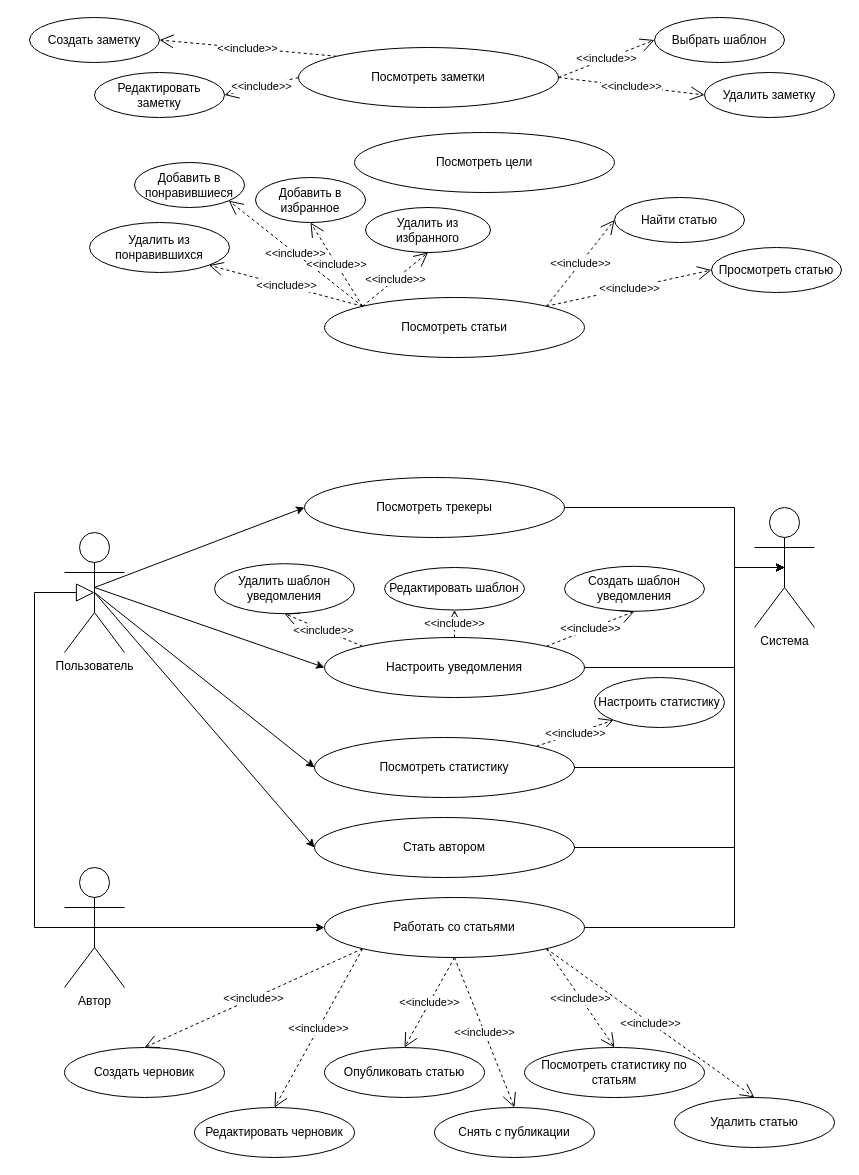
Above: диаграммы/ДиаграммаПрецедентов.drawio in Svetlana184/bd_kursovaya (draw.io), before the change. Source tidied: cells renumbered, new cells numbered last; positions are measured from the earlier drawing's top-left corner, leaving out a move shared by most shapes. Both pictures are drawn from the tidied source at 100%, with x=0, y=0 at pixel (29, 17).
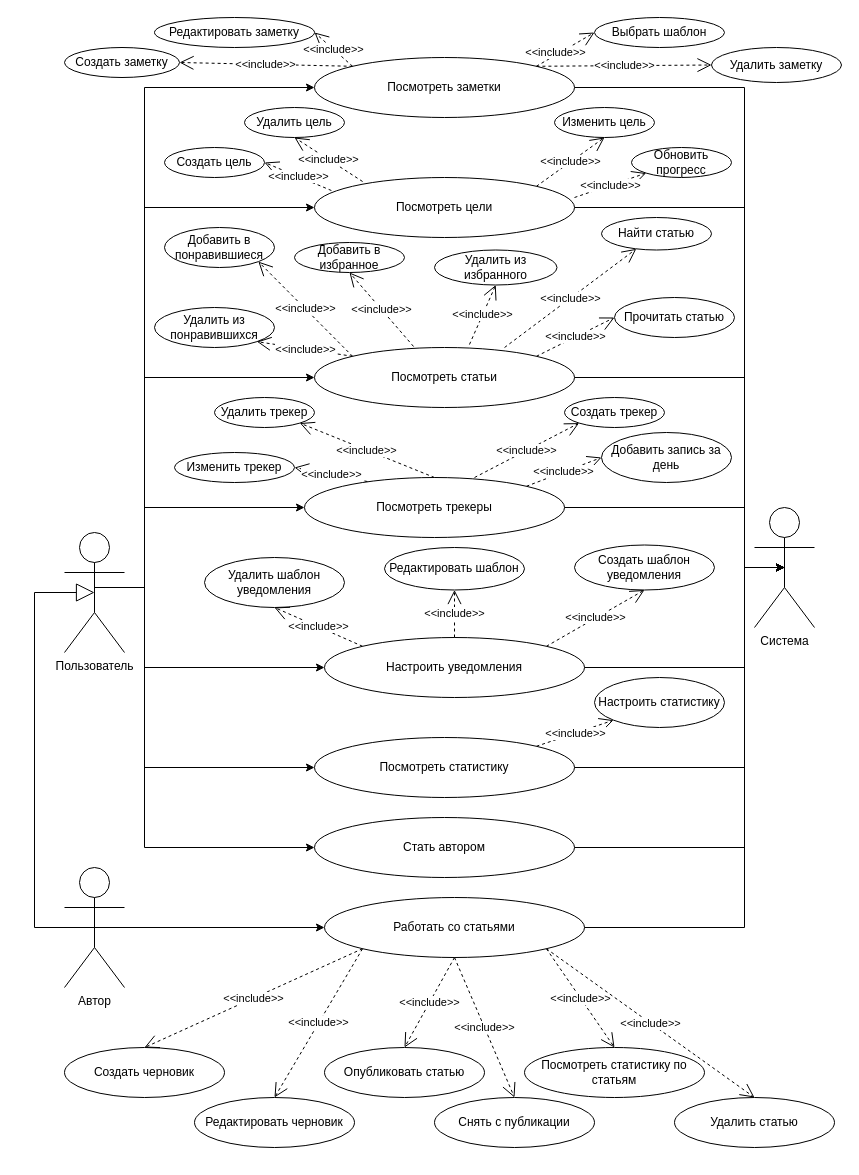
The same diagram, later.

Unchanged cells that the change refers to:
```xml
<mxCell id="2" value="Пользователь" style="shape=umlActor;verticalLabelPosition=bottom;verticalAlign=top;html=1;outlineConnect=0;" parent="1" vertex="1">
  <mxGeometry x="35" y="515" width="60" height="120" as="geometry" />
</mxCell>
<mxCell id="6" value="Посмотреть трекеры" style="ellipse;whiteSpace=wrap;html=1;" parent="1" vertex="1">
  <mxGeometry x="275" y="460" width="260" height="60" as="geometry" />
</mxCell>
<mxCell id="7" value="Настроить уведомления" style="ellipse;whiteSpace=wrap;html=1;" parent="1" vertex="1">
  <mxGeometry x="295" y="620" width="260" height="60" as="geometry" />
</mxCell>
<mxCell id="8" value="Посмотреть статистику" style="ellipse;whiteSpace=wrap;html=1;" parent="1" vertex="1">
  <mxGeometry x="285" y="720" width="260" height="60" as="geometry" />
</mxCell>
<mxCell id="9" value="Стать автором" style="ellipse;whiteSpace=wrap;html=1;" parent="1" vertex="1">
  <mxGeometry x="285" y="800" width="260" height="60" as="geometry" />
</mxCell>
<mxCell id="11" value="Работать со статьями" style="ellipse;whiteSpace=wrap;html=1;" parent="1" vertex="1">
  <mxGeometry x="295" y="880" width="260" height="60" as="geometry" />
</mxCell>
<mxCell id="18" value="Система" style="shape=umlActor;verticalLabelPosition=bottom;verticalAlign=top;html=1;outlineConnect=0;" parent="1" vertex="1">
  <mxGeometry x="725" y="490" width="60" height="120" as="geometry" />
</mxCell>
```

The edit, as a diff of the source:
```diff
@@
     <mxCell id="4" value="Посмотреть заметки" style="ellipse;whiteSpace=wrap;html=1;" parent="1" vertex="1">
-      <mxGeometry x="269" y="30" width="260" height="60" as="geometry" />
+      <mxGeometry x="285" y="40" width="260" height="60" as="geometry" />
     </mxCell>
     <mxCell id="5" value="Посмотреть цели" style="ellipse;whiteSpace=wrap;html=1;" parent="1" vertex="1">
-      <mxGeometry x="325" y="115" width="260" height="60" as="geometry" />
+      <mxGeometry x="285" y="160" width="260" height="60" as="geometry" />
     </mxCell>
@@
     <mxCell id="10" value="Посмотреть статьи" style="ellipse;whiteSpace=wrap;html=1;" parent="1" vertex="1">
-      <mxGeometry x="295" y="280" width="260" height="60" as="geometry" />
+      <mxGeometry x="285" y="330" width="260" height="60" as="geometry" />
     </mxCell>
@@
     <mxCell id="13" value="Редактировать черновик" style="ellipse;whiteSpace=wrap;html=1;" parent="1" vertex="1">
-      <mxGeometry x="165" y="1090" width="160" height="50" as="geometry" />
+      <mxGeometry x="165" y="1080" width="160" height="50" as="geometry" />
     </mxCell>
@@
     <mxCell id="15" value="Снять с публикации" style="ellipse;whiteSpace=wrap;html=1;" parent="1" vertex="1">
-      <mxGeometry x="405" y="1090" width="160" height="50" as="geometry" />
+      <mxGeometry x="405" y="1080" width="160" height="50" as="geometry" />
     </mxCell>
@@
     <mxCell id="26" style="endArrow=classic;html=1;rounded=0;exitX=1;exitY=0.5;exitDx=0;exitDy=0;entryX=0.5;entryY=0.5;entryDx=0;entryDy=0;entryPerimeter=0;" parent="1" edge="1" source="11" target="18">
       <mxGeometry relative="1" as="geometry">
         <Array as="points">
-          <mxPoint x="705" y="910" />
-          <mxPoint x="705" y="550" />
+          <mxPoint x="715" y="910" />
+          <mxPoint x="715" y="550" />
         </Array>
       </mxGeometry>
     </mxCell>
-    <mxCell id="27" style="endArrow=classic;html=1;rounded=0;exitX=0.5;exitY=0.5;exitDx=0;exitDy=0;exitPerimeter=0;entryX=0;entryY=0.5;entryDx=0;entryDy=0;" parent="1" edge="1" source="2" target="9">
-      <mxGeometry relative="1" as="geometry" />
+    <mxCell id="27" style="endArrow=classic;html=1;rounded=0;entryX=0;entryY=0.5;entryDx=0;entryDy=0;" parent="1" edge="1" target="9">
+      <mxGeometry relative="1" as="geometry">
+        <mxPoint x="65" y="570" as="sourcePoint" />
+        <Array as="points">
+          <mxPoint x="115" y="570" />
+          <mxPoint x="115" y="830" />
+        </Array>
+      </mxGeometry>
     </mxCell>
     <mxCell id="28" style="endArrow=classic;html=1;rounded=0;exitX=1;exitY=0.5;exitDx=0;exitDy=0;entryX=0.5;entryY=0.5;entryDx=0;entryDy=0;entryPerimeter=0;" parent="1" edge="1" source="9" target="18">
       <mxGeometry relative="1" as="geometry">
         <Array as="points">
-          <mxPoint x="705" y="830" />
-          <mxPoint x="705" y="550" />
+          <mxPoint x="715" y="830" />
+          <mxPoint x="715" y="550" />
         </Array>
       </mxGeometry>
     </mxCell>
@@
-    <mxCell id="31" style="endArrow=classic;html=1;rounded=0;exitX=0.5;exitY=0.5;exitDx=0;exitDy=0;exitPerimeter=0;entryX=0;entryY=0.5;entryDx=0;entryDy=0;" parent="1" edge="1" source="2" target="8">
-      <mxGeometry relative="1" as="geometry" />
+    <mxCell id="31" style="endArrow=classic;html=1;rounded=0;entryX=0;entryY=0.5;entryDx=0;entryDy=0;" parent="1" edge="1" target="8">
+      <mxGeometry relative="1" as="geometry">
+        <mxPoint x="65" y="570" as="sourcePoint" />
+        <Array as="points">
+          <mxPoint x="115" y="570" />
+          <mxPoint x="115" y="750" />
+        </Array>
+      </mxGeometry>
     </mxCell>
     <mxCell id="32" style="endArrow=classic;html=1;rounded=0;exitX=1;exitY=0.5;exitDx=0;exitDy=0;entryX=0.5;entryY=0.5;entryDx=0;entryDy=0;entryPerimeter=0;" parent="1" edge="1" source="8" target="18">
       <mxGeometry relative="1" as="geometry">
         <Array as="points">
-          <mxPoint x="705" y="750" />
-          <mxPoint x="705" y="550" />
+          <mxPoint x="715" y="750" />
+          <mxPoint x="715" y="550" />
         </Array>
       </mxGeometry>
     </mxCell>
@@
     <mxCell id="34" value="Найти статью" style="ellipse;whiteSpace=wrap;html=1;" parent="1" vertex="1">
-      <mxGeometry x="585" y="180" width="130" height="45" as="geometry" />
+      <mxGeometry x="572" y="200" width="110" height="32.5" as="geometry" />
     </mxCell>
-    <mxCell id="35" value="Просмотреть статью" style="ellipse;whiteSpace=wrap;html=1;" parent="1" vertex="1">
-      <mxGeometry x="682" y="230" width="130" height="45" as="geometry" />
+    <mxCell id="35" value="Прочитать статью" style="ellipse;whiteSpace=wrap;html=1;" parent="1" vertex="1">
+      <mxGeometry x="585" y="280" width="120" height="40" as="geometry" />
     </mxCell>
     <mxCell id="36" value="Добавить в избранное" style="ellipse;whiteSpace=wrap;html=1;" parent="1" vertex="1">
-      <mxGeometry x="226" y="160" width="110" height="45" as="geometry" />
+      <mxGeometry x="265" y="225" width="110" height="30" as="geometry" />
     </mxCell>
     <mxCell id="37" value="Добавить в понравившиеся" style="ellipse;whiteSpace=wrap;html=1;" parent="1" vertex="1">
-      <mxGeometry x="105" y="145" width="110" height="45" as="geometry" />
+      <mxGeometry x="135" y="210" width="110" height="40" as="geometry" />
     </mxCell>
     <mxCell id="38" value="Удалить из избранного" style="ellipse;whiteSpace=wrap;html=1;" parent="1" vertex="1">
-      <mxGeometry x="336" y="190" width="125" height="45" as="geometry" />
+      <mxGeometry x="405" y="232.5" width="122.5" height="35" as="geometry" />
     </mxCell>
     <mxCell id="39" value="Удалить из понравившихся" style="ellipse;whiteSpace=wrap;html=1;" parent="1" vertex="1">
-      <mxGeometry x="60" y="205" width="140" height="50" as="geometry" />
+      <mxGeometry x="125" y="290" width="120" height="40" as="geometry" />
     </mxCell>
@@
-    <mxCell id="41" value="&amp;lt;&amp;lt;include&amp;gt;&amp;gt;" style="endArrow=open;endSize=12;dashed=1;html=1;rounded=0;exitX=1;exitY=0;exitDx=0;exitDy=0;entryX=0;entryY=0.5;entryDx=0;entryDy=0;" parent="1" edge="1" source="10" target="34">
+    <mxCell id="41" value="&amp;lt;&amp;lt;include&amp;gt;&amp;gt;" style="endArrow=open;endSize=12;dashed=1;html=1;rounded=0;exitX=0.731;exitY=0;exitDx=0;exitDy=0;exitPerimeter=0;" parent="1" edge="1" source="10" target="34">
       <mxGeometry relative="1" as="geometry" />
     </mxCell>
@@
-    <mxCell id="43" value="&amp;lt;&amp;lt;include&amp;gt;&amp;gt;" style="endArrow=open;endSize=12;dashed=1;html=1;rounded=0;entryX=0.5;entryY=1;entryDx=0;entryDy=0;exitX=0;exitY=0;exitDx=0;exitDy=0;" parent="1" edge="1" source="10" target="36">
+    <mxCell id="43" value="&amp;lt;&amp;lt;include&amp;gt;&amp;gt;" style="endArrow=open;endSize=12;dashed=1;html=1;rounded=0;entryX=0.5;entryY=1;entryDx=0;entryDy=0;exitX=0.381;exitY=-0.017;exitDx=0;exitDy=0;exitPerimeter=0;" parent="1" edge="1" source="10" target="36">
       <mxGeometry relative="1" as="geometry" />
     </mxCell>
-    <mxCell id="44" value="&amp;lt;&amp;lt;include&amp;gt;&amp;gt;" style="endArrow=open;endSize=12;dashed=1;html=1;rounded=0;exitX=0;exitY=0;exitDx=0;exitDy=0;entryX=0.5;entryY=1;entryDx=0;entryDy=0;" parent="1" edge="1" source="10" target="38">
+    <mxCell id="44" value="&amp;lt;&amp;lt;include&amp;gt;&amp;gt;" style="endArrow=open;endSize=12;dashed=1;html=1;rounded=0;exitX=0.596;exitY=-0.05;exitDx=0;exitDy=0;entryX=0.5;entryY=1;entryDx=0;entryDy=0;exitPerimeter=0;" parent="1" edge="1" source="10" target="38">
       <mxGeometry relative="1" as="geometry" />
     </mxCell>
@@
     <mxCell id="46" value="Выбрать шаблон" style="ellipse;whiteSpace=wrap;html=1;" parent="1" vertex="1">
-      <mxGeometry x="625" width="130" height="45" as="geometry" />
+      <mxGeometry x="565" width="130" height="30" as="geometry" />
     </mxCell>
     <mxCell id="47" value="Создать заметку" style="ellipse;whiteSpace=wrap;html=1;" parent="1" vertex="1">
-      <mxGeometry width="130" height="45" as="geometry" />
+      <mxGeometry x="35" y="30" width="115" height="30" as="geometry" />
     </mxCell>
     <mxCell id="48" value="Редактировать заметку" style="ellipse;whiteSpace=wrap;html=1;" parent="1" vertex="1">
-      <mxGeometry x="65" y="55" width="130" height="45" as="geometry" />
+      <mxGeometry x="125" width="160" height="30" as="geometry" />
     </mxCell>
     <mxCell id="49" value="Удалить заметку" style="ellipse;whiteSpace=wrap;html=1;" parent="1" vertex="1">
-      <mxGeometry x="675" y="55" width="130" height="45" as="geometry" />
+      <mxGeometry x="682" y="30" width="130" height="35" as="geometry" />
     </mxCell>
-    <mxCell id="50" value="&amp;lt;&amp;lt;include&amp;gt;&amp;gt;" style="endArrow=open;endSize=12;dashed=1;html=1;rounded=0;exitX=1;exitY=0.5;exitDx=0;exitDy=0;entryX=0;entryY=0.5;entryDx=0;entryDy=0;" parent="1" edge="1" source="4" target="46">
-      <mxGeometry relative="1" as="geometry" />
+    <mxCell id="50" value="&amp;lt;&amp;lt;include&amp;gt;&amp;gt;" style="endArrow=open;endSize=12;dashed=1;html=1;rounded=0;exitX=1;exitY=0;exitDx=0;exitDy=0;entryX=0;entryY=0.5;entryDx=0;entryDy=0;" parent="1" edge="1" source="4" target="46">
+      <mxGeometry x="-0.33" y="2" relative="1" as="geometry" />
     </mxCell>
-    <mxCell id="51" value="&amp;lt;&amp;lt;include&amp;gt;&amp;gt;" style="endArrow=open;endSize=12;dashed=1;html=1;rounded=0;exitX=1;exitY=0.5;exitDx=0;exitDy=0;entryX=0;entryY=0.5;entryDx=0;entryDy=0;" parent="1" edge="1" source="4" target="49">
+    <mxCell id="51" value="&amp;lt;&amp;lt;include&amp;gt;&amp;gt;" style="endArrow=open;endSize=12;dashed=1;html=1;rounded=0;exitX=1;exitY=0;exitDx=0;exitDy=0;entryX=0;entryY=0.5;entryDx=0;entryDy=0;" parent="1" edge="1" source="4" target="49">
       <mxGeometry relative="1" as="geometry" />
     </mxCell>
-    <mxCell id="52" value="&amp;lt;&amp;lt;include&amp;gt;&amp;gt;" style="endArrow=open;endSize=12;dashed=1;html=1;rounded=0;exitX=0;exitY=0.5;exitDx=0;exitDy=0;entryX=1;entryY=0.5;entryDx=0;entryDy=0;" parent="1" edge="1" source="4" target="48">
+    <mxCell id="52" value="&amp;lt;&amp;lt;include&amp;gt;&amp;gt;" style="endArrow=open;endSize=12;dashed=1;html=1;rounded=0;exitX=0;exitY=0;exitDx=0;exitDy=0;entryX=1;entryY=0.5;entryDx=0;entryDy=0;" parent="1" edge="1" source="4" target="48">
       <mxGeometry relative="1" as="geometry" />
     </mxCell>
@@
     <mxCell id="54" value="Удалить шаблон уведомления" style="ellipse;whiteSpace=wrap;html=1;" parent="1" vertex="1">
-      <mxGeometry x="185" y="546.2" width="140" height="50" as="geometry" />
+      <mxGeometry x="175" y="540" width="140" height="50" as="geometry" />
     </mxCell>
     <mxCell id="55" value="Создать шаблон уведомления" style="ellipse;whiteSpace=wrap;html=1;" parent="1" vertex="1">
-      <mxGeometry x="535" y="548.8" width="140" height="45" as="geometry" />
+      <mxGeometry x="545" y="527.5" width="140" height="45" as="geometry" />
     </mxCell>
     <mxCell id="56" value="Редактировать шаблон" style="ellipse;whiteSpace=wrap;html=1;" parent="1" vertex="1">
-      <mxGeometry x="355" y="550" width="140" height="42.5" as="geometry" />
+      <mxGeometry x="355" y="530" width="140" height="42.5" as="geometry" />
     </mxCell>
@@
     <mxCell id="60" style="endArrow=classic;html=1;rounded=0;entryX=0;entryY=0.5;entryDx=0;entryDy=0;" parent="1" edge="1" target="7">
       <mxGeometry relative="1" as="geometry">
         <mxPoint x="65" y="570" as="sourcePoint" />
+        <Array as="points">
+          <mxPoint x="115" y="570" />
+          <mxPoint x="115" y="650" />
+        </Array>
       </mxGeometry>
     </mxCell>
     <mxCell id="61" style="endArrow=classic;html=1;rounded=0;exitX=1;exitY=0.5;exitDx=0;exitDy=0;entryX=0.5;entryY=0.5;entryDx=0;entryDy=0;entryPerimeter=0;" parent="1" edge="1" source="7" target="18">
       <mxGeometry relative="1" as="geometry">
         <Array as="points">
-          <mxPoint x="705" y="650" />
-          <mxPoint x="705" y="550" />
+          <mxPoint x="715" y="650" />
+          <mxPoint x="715" y="550" />
         </Array>
       </mxGeometry>
     </mxCell>
     <mxCell id="62" style="endArrow=classic;html=1;rounded=0;entryX=0;entryY=0.5;entryDx=0;entryDy=0;" parent="1" edge="1" target="6">
       <mxGeometry relative="1" as="geometry">
         <mxPoint x="65" y="570" as="sourcePoint" />
+        <Array as="points">
+          <mxPoint x="115" y="570" />
+          <mxPoint x="115" y="490" />
+        </Array>
       </mxGeometry>
     </mxCell>
     <mxCell id="63" style="endArrow=classic;html=1;rounded=0;exitX=1;exitY=0.5;exitDx=0;exitDy=0;entryX=0.5;entryY=0.5;entryDx=0;entryDy=0;entryPerimeter=0;" parent="1" edge="1" source="6" target="18">
       <mxGeometry relative="1" as="geometry">
         <Array as="points">
-          <mxPoint x="705" y="490" />
-          <mxPoint x="705" y="550" />
+          <mxPoint x="715" y="490" />
+          <mxPoint x="715" y="550" />
         </Array>
       </mxGeometry>
     </mxCell>
+    <mxCell id="64" value="Добавить запись за день" style="ellipse;whiteSpace=wrap;html=1;" parent="1" vertex="1">
+      <mxGeometry x="572" y="415" width="130" height="50" as="geometry" />
+    </mxCell>
+    <mxCell id="65" value="Создать трекер" style="ellipse;whiteSpace=wrap;html=1;" parent="1" vertex="1">
+      <mxGeometry x="535" y="380" width="100" height="30" as="geometry" />
+    </mxCell>
+    <mxCell id="66" value="Удалить трекер" style="ellipse;whiteSpace=wrap;html=1;" parent="1" vertex="1">
+      <mxGeometry x="185" y="380" width="100" height="30" as="geometry" />
+    </mxCell>
+    <mxCell id="67" value="Изменить трекер" style="ellipse;whiteSpace=wrap;html=1;" parent="1" vertex="1">
+      <mxGeometry x="145" y="435" width="120" height="30" as="geometry" />
+    </mxCell>
+    <mxCell id="68" value="&amp;lt;&amp;lt;include&amp;gt;&amp;gt;" style="endArrow=open;endSize=12;dashed=1;html=1;rounded=0;exitX=0.5;exitY=0;exitDx=0;exitDy=0;entryX=1;entryY=1;entryDx=0;entryDy=0;" parent="1" edge="1" source="6" target="66">
+      <mxGeometry relative="1" as="geometry" />
+    </mxCell>
+    <mxCell id="69" value="&amp;lt;&amp;lt;include&amp;gt;&amp;gt;" style="endArrow=open;endSize=12;dashed=1;html=1;rounded=0;exitX=0.242;exitY=0.067;exitDx=0;exitDy=0;entryX=1;entryY=0.5;entryDx=0;entryDy=0;exitPerimeter=0;" parent="1" edge="1" source="6" target="67">
+      <mxGeometry relative="1" as="geometry" />
+    </mxCell>
+    <mxCell id="70" value="&amp;lt;&amp;lt;include&amp;gt;&amp;gt;" style="endArrow=open;endSize=12;dashed=1;html=1;rounded=0;exitX=0.654;exitY=0;exitDx=0;exitDy=0;entryX=0;entryY=1;entryDx=0;entryDy=0;exitPerimeter=0;" parent="1" edge="1" source="6" target="65">
+      <mxGeometry relative="1" as="geometry" />
+    </mxCell>
+    <mxCell id="71" value="&amp;lt;&amp;lt;include&amp;gt;&amp;gt;" style="endArrow=open;endSize=12;dashed=1;html=1;rounded=0;exitX=1;exitY=0;exitDx=0;exitDy=0;entryX=0;entryY=0.5;entryDx=0;entryDy=0;" parent="1" edge="1" source="6" target="64">
+      <mxGeometry relative="1" as="geometry" />
+    </mxCell>
+    <mxCell id="72" style="endArrow=classic;html=1;rounded=0;entryX=0;entryY=0.5;entryDx=0;entryDy=0;" parent="1" edge="1" target="10">
+      <mxGeometry relative="1" as="geometry">
+        <mxPoint x="65" y="570" as="sourcePoint" />
+        <Array as="points">
+          <mxPoint x="115" y="570" />
+          <mxPoint x="115" y="360" />
+        </Array>
+      </mxGeometry>
+    </mxCell>
+    <mxCell id="73" style="endArrow=classic;html=1;rounded=0;exitX=1;exitY=0.5;exitDx=0;exitDy=0;entryX=0.5;entryY=0.5;entryDx=0;entryDy=0;entryPerimeter=0;" parent="1" edge="1" source="10" target="18">
+      <mxGeometry relative="1" as="geometry">
+        <Array as="points">
+          <mxPoint x="715" y="360" />
+          <mxPoint x="715" y="550" />
+        </Array>
+      </mxGeometry>
+    </mxCell>
+    <mxCell id="74" style="endArrow=classic;html=1;rounded=0;entryX=0;entryY=0.5;entryDx=0;entryDy=0;" parent="1" edge="1" target="5">
+      <mxGeometry relative="1" as="geometry">
+        <mxPoint x="65" y="570" as="sourcePoint" />
+        <Array as="points">
+          <mxPoint x="115" y="570" />
+          <mxPoint x="115" y="190" />
+        </Array>
+      </mxGeometry>
+    </mxCell>
+    <mxCell id="75" style="endArrow=classic;html=1;rounded=0;exitX=1;exitY=0.5;exitDx=0;exitDy=0;entryX=0.5;entryY=0.5;entryDx=0;entryDy=0;entryPerimeter=0;" parent="1" edge="1" source="5" target="18">
+      <mxGeometry relative="1" as="geometry">
+        <Array as="points">
+          <mxPoint x="715" y="190" />
+          <mxPoint x="715" y="550" />
+        </Array>
+      </mxGeometry>
+    </mxCell>
+    <mxCell id="76" value="Удалить цель" style="ellipse;whiteSpace=wrap;html=1;" parent="1" vertex="1">
+      <mxGeometry x="215" y="90" width="100" height="30" as="geometry" />
+    </mxCell>
+    <mxCell id="77" value="Создать цель" style="ellipse;whiteSpace=wrap;html=1;" parent="1" vertex="1">
+      <mxGeometry x="135" y="130" width="100" height="30" as="geometry" />
+    </mxCell>
+    <mxCell id="78" value="Изменить цель" style="ellipse;whiteSpace=wrap;html=1;" parent="1" vertex="1">
+      <mxGeometry x="525" y="90" width="100" height="30" as="geometry" />
+    </mxCell>
+    <mxCell id="79" value="&amp;lt;&amp;lt;include&amp;gt;&amp;gt;" style="endArrow=open;endSize=12;dashed=1;html=1;rounded=0;entryX=0.5;entryY=1;entryDx=0;entryDy=0;exitX=1;exitY=0;exitDx=0;exitDy=0;" parent="1" edge="1" source="5" target="78">
+      <mxGeometry relative="1" as="geometry" />
+    </mxCell>
+    <mxCell id="80" value="&amp;lt;&amp;lt;include&amp;gt;&amp;gt;" style="endArrow=open;endSize=12;dashed=1;html=1;rounded=0;entryX=0.5;entryY=1;entryDx=0;entryDy=0;exitX=0.185;exitY=0.067;exitDx=0;exitDy=0;exitPerimeter=0;" parent="1" edge="1" source="5" target="76">
+      <mxGeometry relative="1" as="geometry" />
+    </mxCell>
+    <mxCell id="81" value="&amp;lt;&amp;lt;include&amp;gt;&amp;gt;" style="endArrow=open;endSize=12;dashed=1;html=1;rounded=0;entryX=1;entryY=0.5;entryDx=0;entryDy=0;exitX=0.065;exitY=0.217;exitDx=0;exitDy=0;exitPerimeter=0;" parent="1" edge="1" source="5" target="77">
+      <mxGeometry relative="1" as="geometry" />
+    </mxCell>
+    <mxCell id="82" style="endArrow=classic;html=1;rounded=0;entryX=0;entryY=0.5;entryDx=0;entryDy=0;" parent="1" edge="1" target="4">
+      <mxGeometry relative="1" as="geometry">
+        <mxPoint x="65" y="570" as="sourcePoint" />
+        <Array as="points">
+          <mxPoint x="115" y="570" />
+          <mxPoint x="115" y="70" />
+        </Array>
+      </mxGeometry>
+    </mxCell>
+    <mxCell id="83" style="endArrow=classic;html=1;rounded=0;exitX=1;exitY=0.5;exitDx=0;exitDy=0;entryX=0.5;entryY=0.5;entryDx=0;entryDy=0;entryPerimeter=0;" parent="1" edge="1" source="4" target="18">
+      <mxGeometry relative="1" as="geometry">
+        <Array as="points">
+          <mxPoint x="715" y="70" />
+          <mxPoint x="715" y="550" />
+        </Array>
+      </mxGeometry>
+    </mxCell>
+    <mxCell id="84" value="Обновить прогресс" style="ellipse;whiteSpace=wrap;html=1;" parent="1" vertex="1">
+      <mxGeometry x="602" y="130" width="100" height="30" as="geometry" />
+    </mxCell>
+    <mxCell id="85" value="&amp;lt;&amp;lt;include&amp;gt;&amp;gt;" style="endArrow=open;endSize=12;dashed=1;html=1;rounded=0;entryX=0;entryY=1;entryDx=0;entryDy=0;" parent="1" edge="1" target="84">
+      <mxGeometry relative="1" as="geometry">
+        <mxPoint x="545" y="180" as="sourcePoint" />
+      </mxGeometry>
+    </mxCell>
```
